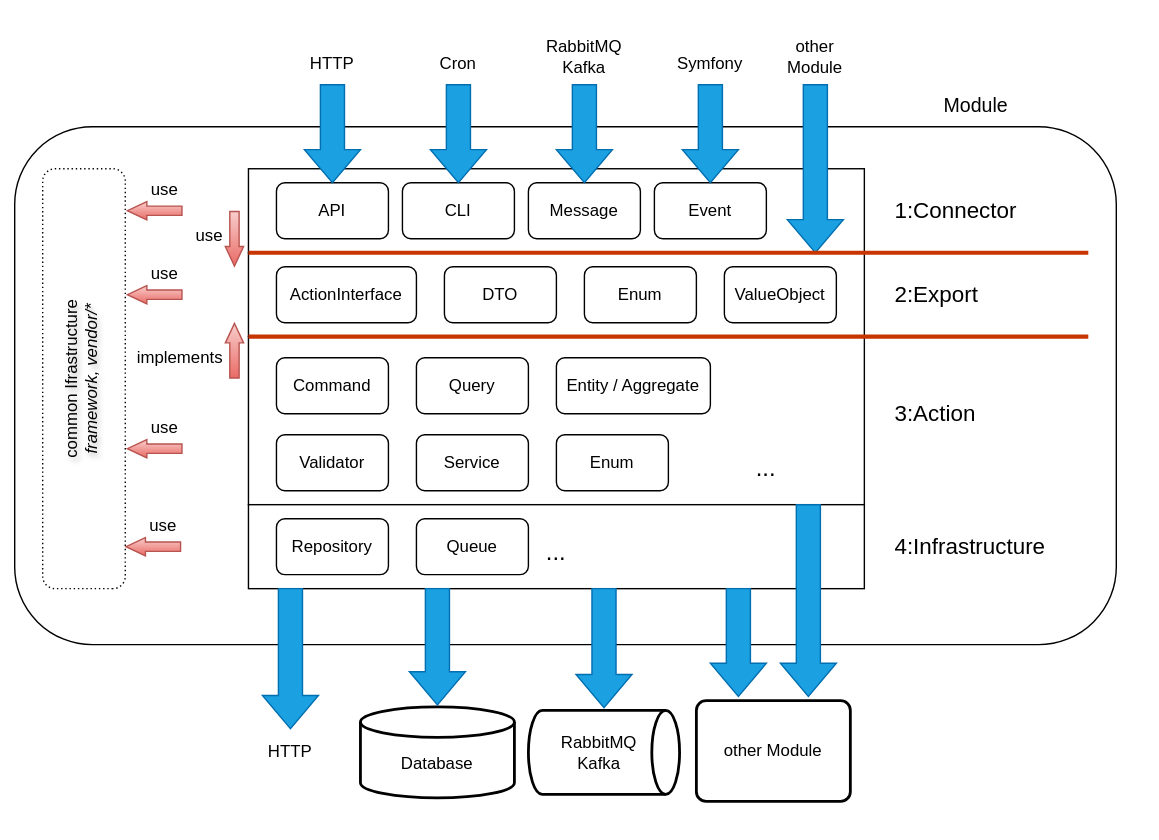
mgleska/monolith-with-modules-and-4-layers keeps this draw.io diagram as docs/img/4-layers-architecture.svg. Above is the earlier version. Source tidied: cells renumbered, new cells last; positions are measured from the earlier drawing's top-left corner, leaving out a move shared by most shapes.
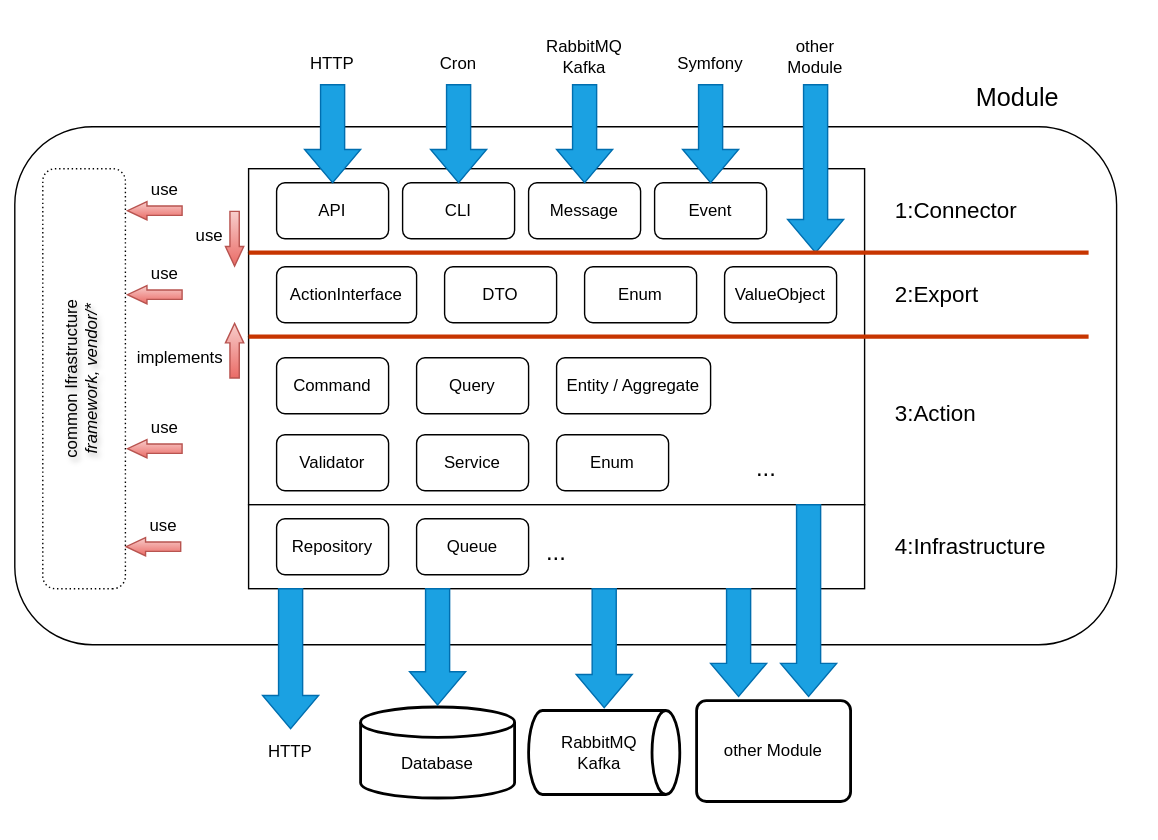
After the change.

Diff of the diagram source:
```diff
@@ -77,8 +77,8 @@
     <mxCell id="26" value="..." style="text;html=1;align=center;verticalAlign=middle;whiteSpace=wrap;rounded=0;fontSize=17;" parent="1" vertex="1">
       <mxGeometry x="367" y="380" width="60" height="30" as="geometry" />
     </mxCell>
-    <mxCell id="27" value="&lt;p style=&quot;font-size: 14px;&quot;&gt;Module&lt;/p&gt;" style="text;html=1;align=center;verticalAlign=middle;whiteSpace=wrap;rounded=0;" parent="1" vertex="1">
-      <mxGeometry x="667" y="60" width="60" height="30" as="geometry" />
+    <mxCell id="27" value="&lt;p style=&quot;&quot;&gt;&lt;font style=&quot;font-size: 18px;&quot;&gt;Module&lt;/font&gt;&lt;/p&gt;" style="text;html=1;align=center;verticalAlign=middle;whiteSpace=wrap;rounded=0;" parent="1" vertex="1">
+      <mxGeometry x="690" y="50" width="73" height="40" as="geometry" />
     </mxCell>
     <mxCell id="28" style="html=1;shadow=0;dashed=0;align=center;verticalAlign=top;shape=mxgraph.arrows2.arrow;dy=0.57;dx=23.67;direction=south;notch=0;fillColor=#1ba1e2;strokeColor=#006EAF;fontColor=#ffffff;" parent="1" vertex="1">
       <mxGeometry x="217" y="60" width="40" height="70" as="geometry" />
```
